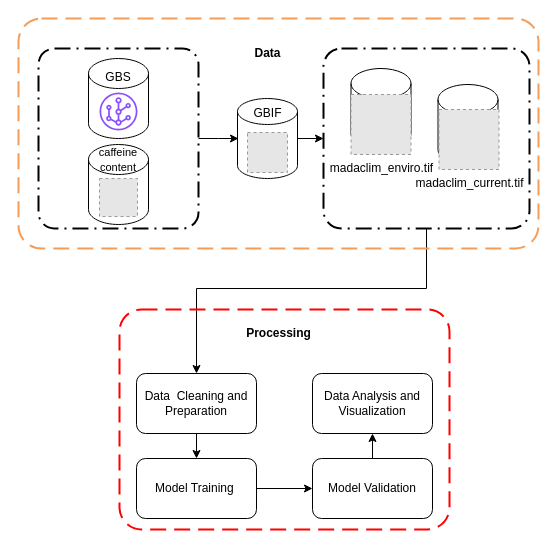
tahiri-lab/py_madaclim keeps this draw.io diagram as page "Copie de overview" (2 of 4) of img/pipeline.drawio. Above is the earlier version. Source tidied: cells renumbered, new cells numbered last; positions are measured from the earlier drawing's top-left corner, leaving out a move shared by most shapes. Both pictures are drawn from the tidied source at 100%, with x=0, y=0 at pixel (18, 18). Pictures stored in the file or linked from it are replaced by grey dashed boxes.
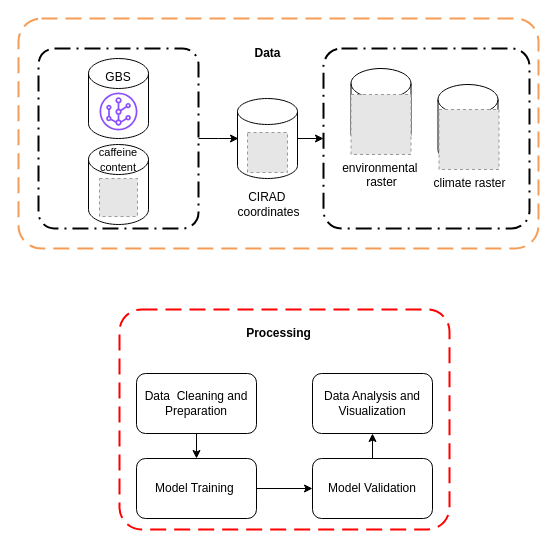
The same diagram, later.

The change refers to these unchanged cells:
```xml
<mxCell id="2" style="group;" parent="1" vertex="1">
  <mxGeometry width="520" height="511" as="geometry" />
</mxCell>
<mxCell id="12" value="Data&amp;nbsp; Cleaning and Preparation" style="rounded=1;whiteSpace=wrap;html=1;" parent="2" vertex="1">
  <mxGeometry x="118" y="355" width="120" height="60" as="geometry" />
</mxCell>
<mxCell id="26" style="group;" parent="2" vertex="1">
  <mxGeometry x="219" y="80" width="60" height="80" as="geometry" />
</mxCell>
<mxCell id="30" style="rounded=1;arcSize=10;dashed=1;fillColor=none;gradientColor=none;dashPattern=8 3 1 3;strokeWidth=2;" parent="2" vertex="1">
  <mxGeometry x="305" y="30" width="206" height="180" as="geometry" />
</mxCell>
<mxCell id="33" style="group;" parent="2" vertex="1">
  <mxGeometry x="332.5" y="50" width="60" height="80" as="geometry" />
</mxCell>
```

Diff of the diagram source:
```diff
@@
-    <mxCell id="4" style="edgeStyle=orthogonalEdgeStyle;rounded=0;jettySize=auto;html=1;exitX=0.5;exitY=1;exitDx=0;exitDy=0;entryX=0.5;entryY=0;entryDx=0;entryDy=0;" parent="2" edge="1" source="30" target="12">
-      <mxGeometry relative="1" as="geometry">
-        <Array as="points">
-          <mxPoint x="408" y="270" />
-          <mxPoint x="178" y="270" />
-        </Array>
-      </mxGeometry>
-    </mxCell>
@@
-    <mxCell id="29" value="GBIF" style="text;html=1;align=center;verticalAlign=middle;strokeColor=none;fillColor=none;" parent="26" vertex="1">
-      <mxGeometry x="5" width="50" height="30" as="geometry" />
-    </mxCell>
@@
-    <mxCell id="32" value="madaclim_current.tif" style="fillColor=#E6E6E6;strokeColor=#999999;dashed=1;html=1;verticalAlign=top;verticalLabelPosition=bottom;labelBackgroundColor=#ffffff;" parent="2" vertex="1">
+    <mxCell id="32" value="climate raster" style="fillColor=#E6E6E6;strokeColor=#999999;dashed=1;html=1;verticalAlign=top;verticalLabelPosition=bottom;labelBackgroundColor=#ffffff;" parent="2" vertex="1">
       <mxGeometry x="420.5" y="91" width="60" height="60" as="geometry" />
     </mxCell>
@@
-    <mxCell id="35" value="madaclim_enviro.tif" style="fillColor=#E6E6E6;strokeColor=#999999;dashed=1;html=1;verticalAlign=top;verticalLabelPosition=bottom;labelBackgroundColor=#ffffff;" parent="33" vertex="1">
+    <mxCell id="35" value="environmental&amp;nbsp;&lt;div&gt;raster&lt;/div&gt;" style="fillColor=#E6E6E6;strokeColor=#999999;dashed=1;html=1;verticalAlign=top;verticalLabelPosition=bottom;labelBackgroundColor=#ffffff;" parent="33" vertex="1">
       <mxGeometry y="26" width="60" height="60" as="geometry" />
     </mxCell>
@@
+    <mxCell id="29" value="CIRAD&amp;nbsp;&lt;div&gt;coordinates&lt;/div&gt;" style="text;html=1;align=center;verticalAlign=middle;strokeColor=none;fillColor=none;" parent="2" vertex="1">
+      <mxGeometry x="210" y="165" width="80" height="41" as="geometry" />
+    </mxCell>
```
